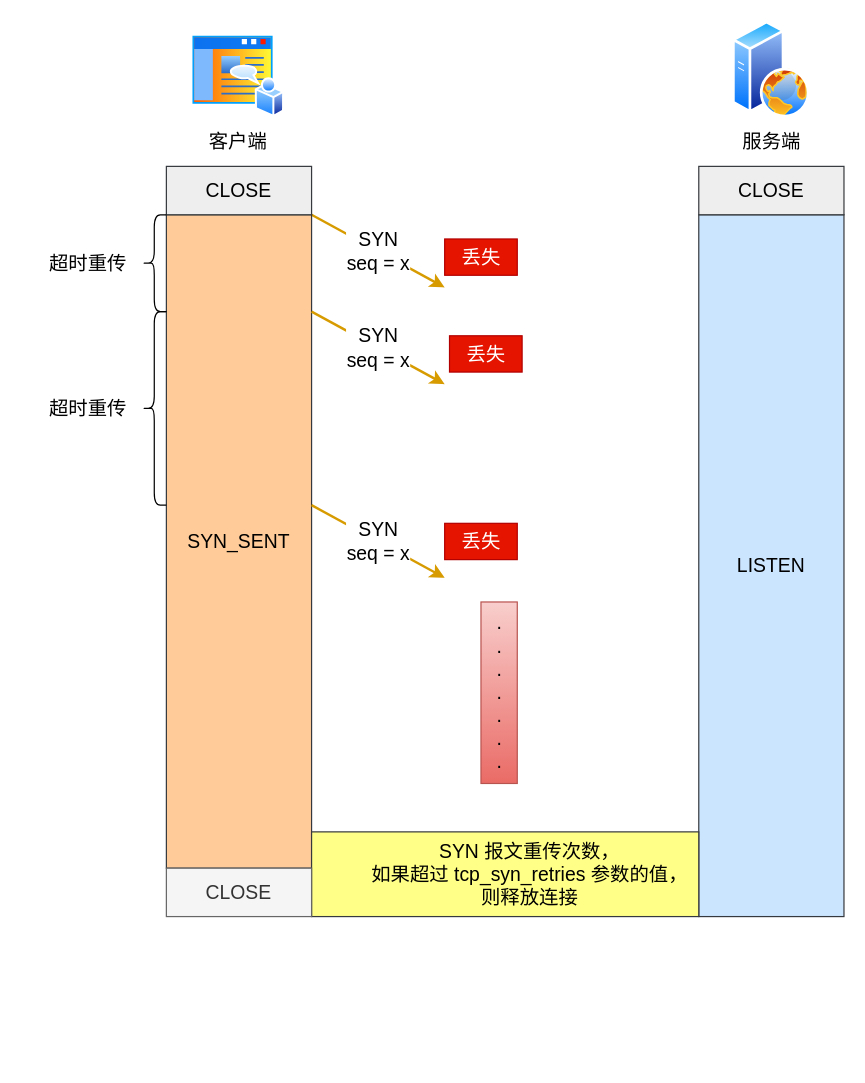
This is 网络/第一次握手丢失.drawio from xiaolincoder/ImageHost4, a draw.io file, before an edit. Source tidied: cells renumbered, new cells numbered last; positions are measured from the earlier drawing's top-left corner, leaving out a move shared by most shapes. Both pictures are drawn from the tidied source at 121%, with x=0, y=0 at pixel (33, 21).
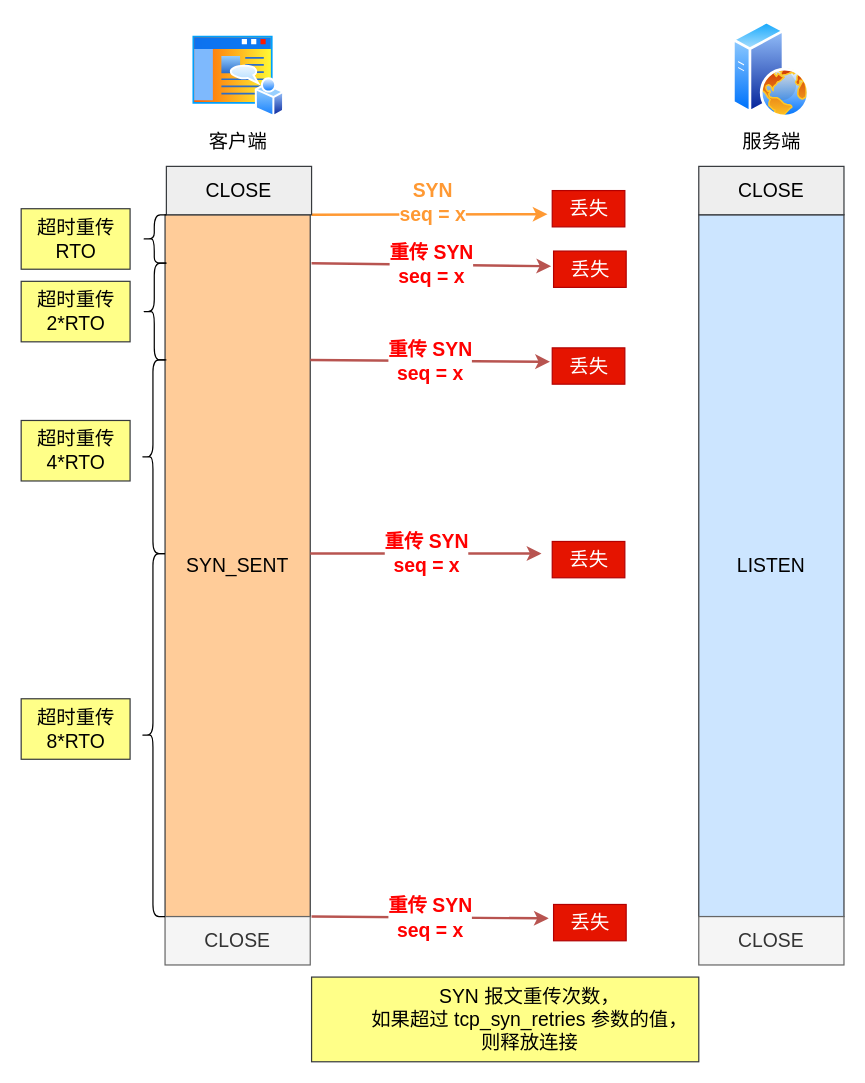
After the change.

Commit message (it also covers changes not shown here):
更新第一次握手丢失.drawio

The change refers to these unchanged cells:
```xml
<mxCell id="4" value="CLOSE" style="rounded=0;whiteSpace=wrap;html=1;fontSize=16;fillColor=#eeeeee;strokeColor=#36393d;" parent="1" vertex="1">
  <mxGeometry x="110" y="120" width="120" height="40" as="geometry" />
</mxCell>
```

What changed in the source:
```diff
@@
-    <mxCell id="2" value="SYN&lt;br&gt;seq = x" style="rounded=0;jettySize=auto;html=1;fontSize=16;exitX=1;exitY=0;exitDx=0;exitDy=0;fillColor=#ffcd28;gradientColor=#ffa500;strokeColor=#d79b00;strokeWidth=2;" parent="1" edge="1" source="3">
-      <mxGeometry relative="1" as="geometry">
-        <mxPoint x="340" y="220" as="targetPoint" />
-      </mxGeometry>
+    <mxCell id="2" value="&lt;font color=&quot;#ff9933&quot;&gt;&lt;b&gt;SYN&lt;br&gt;seq = x&lt;/b&gt;&lt;/font&gt;" style="rounded=0;jettySize=auto;html=1;fontSize=16;exitX=1;exitY=1;exitDx=0;exitDy=0;fillColor=#ffcd28;gradientColor=#ffa500;strokeColor=#FF9933;strokeWidth=2;entryX=-0.065;entryY=0.65;entryDx=0;entryDy=0;entryPerimeter=0;" parent="1" edge="1" source="4" target="17">
+      <mxGeometry x="0.03" y="10" relative="1" as="geometry" />
     </mxCell>
     <mxCell id="3" value="SYN_SENT" style="rounded=0;whiteSpace=wrap;html=1;fontSize=16;fillColor=#ffcc99;strokeColor=#36393d;" parent="1" vertex="1">
-      <mxGeometry x="110" y="160" width="120" height="540" as="geometry" />
+      <mxGeometry x="108.9" y="160" width="120" height="580" as="geometry" />
     </mxCell>
@@
-    <mxCell id="7" value="丢失" style="text;html=1;align=center;verticalAlign=middle;strokeColor=#B20000;fillColor=#e51400;fontSize=16;fontColor=#ffffff;" parent="1" vertex="1">
-      <mxGeometry x="340" y="180" width="60" height="30" as="geometry" />
-    </mxCell>
     <mxCell id="8" style="shape=curlyBracket;whiteSpace=wrap;html=1;rounded=1;fontSize=16;" parent="1" vertex="1">
-      <mxGeometry x="90" y="160" width="20" height="80" as="geometry" />
+      <mxGeometry x="90" y="160" width="20" height="40" as="geometry" />
     </mxCell>
-    <mxCell id="9" value="超时重传" style="text;html=1;align=center;verticalAlign=middle;strokeColor=none;fillColor=none;fontSize=16;" parent="1" vertex="1">
-      <mxGeometry y="185" width="90" height="30" as="geometry" />
+    <mxCell id="9" value="超时重传 &lt;br&gt;RTO" style="text;html=1;align=center;verticalAlign=middle;strokeColor=#36393d;fillColor=#ffff88;fontSize=16;" parent="1" vertex="1">
+      <mxGeometry x="-10" y="155" width="90" height="50" as="geometry" />
     </mxCell>
-    <mxCell id="10" value="SYN&lt;br&gt;seq = x" style="rounded=0;orthogonalLoop=1;jettySize=auto;html=1;fontSize=16;exitX=1;exitY=0;exitDx=0;exitDy=0;fillColor=#ffcd28;strokeColor=#d79b00;gradientColor=#ffa500;strokeWidth=2;" parent="1" edge="1">
+    <mxCell id="10" value="&lt;font color=&quot;#ff0000&quot;&gt;&lt;b&gt;重传 SYN&lt;br&gt;seq = x&lt;/b&gt;&lt;/font&gt;" style="rounded=0;jettySize=auto;html=1;fontSize=16;fillColor=#f8cecc;strokeColor=#b85450;gradientColor=#ea6b66;strokeWidth=2;entryX=-0.033;entryY=0.417;entryDx=0;entryDy=0;entryPerimeter=0;" parent="1" edge="1" target="18">
       <mxGeometry relative="1" as="geometry">
-        <mxPoint x="230" y="240" as="sourcePoint" />
-        <mxPoint x="340" y="300" as="targetPoint" />
+        <mxPoint x="230" y="200" as="sourcePoint" />
       </mxGeometry>
     </mxCell>
     <mxCell id="11" style="shape=curlyBracket;whiteSpace=wrap;html=1;rounded=1;fontSize=16;" parent="1" vertex="1">
-      <mxGeometry x="90" y="240" width="20" height="160" as="geometry" />
+      <mxGeometry x="90" y="200" width="20" height="80" as="geometry" />
     </mxCell>
-    <mxCell id="12" value="超时重传" style="text;html=1;align=center;verticalAlign=middle;strokeColor=none;fillColor=none;fontSize=16;" parent="1" vertex="1">
-      <mxGeometry y="305" width="90" height="30" as="geometry" />
+    <mxCell id="12" value="超时重传&lt;br&gt;2*RTO" style="text;html=1;align=center;verticalAlign=middle;strokeColor=#36393d;fillColor=#ffff88;fontSize=16;" parent="1" vertex="1">
+      <mxGeometry x="-10" y="215" width="90" height="50" as="geometry" />
     </mxCell>
-    <mxCell id="13" value="SYN&lt;br&gt;seq = x" style="rounded=0;orthogonalLoop=1;jettySize=auto;html=1;fontSize=16;exitX=1;exitY=0;exitDx=0;exitDy=0;fillColor=#ffcd28;gradientColor=#ffa500;strokeColor=#d79b00;strokeWidth=2;" parent="1" edge="1">
-      <mxGeometry relative="1" as="geometry">
-        <mxPoint x="230" y="400" as="sourcePoint" />
-        <mxPoint x="340" y="460" as="targetPoint" />
-      </mxGeometry>
-    </mxCell>
     <mxCell id="14" value="&lt;blockquote style=&quot;margin: 0 0 0 40px; border: none; padding: 0px;&quot;&gt;SYN 报文重传次数，&lt;/blockquote&gt;&lt;blockquote style=&quot;margin: 0 0 0 40px; border: none; padding: 0px;&quot;&gt;&lt;span style=&quot;background-color: initial;&quot;&gt;如果超过 tcp_syn_retries 参数的值，&lt;/span&gt;&lt;/blockquote&gt;&lt;blockquote style=&quot;margin: 0 0 0 40px; border: none; padding: 0px;&quot;&gt;则释放连接&lt;/blockquote&gt;" style="text;html=1;align=center;verticalAlign=middle;strokeColor=#36393d;fillColor=#ffff88;fontSize=16;" parent="1" vertex="1">
-      <mxGeometry x="230" y="670" width="320" height="70" as="geometry" />
+      <mxGeometry x="230" y="790" width="320" height="70" as="geometry" />
     </mxCell>
-    <mxCell id="15" value=".&lt;br&gt;.&lt;br&gt;.&lt;br&gt;.&lt;br&gt;.&lt;br&gt;.&lt;br&gt;.&lt;br&gt;" style="text;html=1;align=center;verticalAlign=middle;strokeColor=#b85450;fillColor=#f8cecc;fontSize=16;gradientColor=#ea6b66;" parent="1" vertex="1">
-      <mxGeometry x="370" y="480" width="30" height="150" as="geometry" />
-    </mxCell>
     <mxCell id="16" value="CLOSE" style="rounded=0;whiteSpace=wrap;html=1;fontSize=16;fillColor=#f5f5f5;fontColor=#333333;strokeColor=#666666;" parent="1" vertex="1">
-      <mxGeometry x="110" y="700" width="120" height="40" as="geometry" />
+      <mxGeometry x="108.9" y="740" width="120" height="40" as="geometry" />
     </mxCell>
     <mxCell id="17" value="丢失" style="text;html=1;align=center;verticalAlign=middle;points=[];strokeColor=#B20000;fillColor=#e51400;fontSize=16;fontColor=#ffffff;" parent="1" vertex="1">
-      <mxGeometry x="344" y="260" width="60" height="30" as="geometry" />
+      <mxGeometry x="428.9" y="140" width="60" height="30" as="geometry" />
     </mxCell>
     <mxCell id="18" value="丢失" style="text;html=1;align=center;verticalAlign=middle;points=[];strokeColor=#B20000;fillColor=#e51400;fontSize=16;fontColor=#ffffff;" parent="1" vertex="1">
-      <mxGeometry x="340" y="415" width="60" height="30" as="geometry" />
+      <mxGeometry x="430" y="190" width="60" height="30" as="geometry" />
     </mxCell>
@@
+    <mxCell id="21" value="&lt;b style=&quot;color: rgb(255, 0, 0);&quot;&gt;重传&amp;nbsp;&lt;/b&gt;&lt;font color=&quot;#ff0000&quot;&gt;&lt;b&gt;SYN&lt;br&gt;seq = x&lt;/b&gt;&lt;/font&gt;" style="rounded=0;jettySize=auto;html=1;fontSize=16;fillColor=#f8cecc;strokeColor=#b85450;gradientColor=#ea6b66;strokeWidth=2;entryX=-0.031;entryY=0.383;entryDx=0;entryDy=0;entryPerimeter=0;" parent="1" edge="1" target="22">
+      <mxGeometry relative="1" as="geometry">
+        <mxPoint x="228.9" y="280" as="sourcePoint" />
+      </mxGeometry>
+    </mxCell>
+    <mxCell id="22" value="丢失" style="text;html=1;align=center;verticalAlign=middle;points=[];strokeColor=#B20000;fillColor=#e51400;fontSize=16;fontColor=#ffffff;" parent="1" vertex="1">
+      <mxGeometry x="428.9" y="270" width="60" height="30" as="geometry" />
+    </mxCell>
+    <mxCell id="23" style="shape=curlyBracket;whiteSpace=wrap;html=1;rounded=1;fontSize=16;" parent="1" vertex="1">
+      <mxGeometry x="88.9" y="280" width="20" height="160" as="geometry" />
+    </mxCell>
+    <mxCell id="24" value="&lt;b style=&quot;color: rgb(255, 0, 0);&quot;&gt;重传&amp;nbsp;&lt;/b&gt;&lt;font color=&quot;#ff0000&quot;&gt;&lt;b&gt;SYN&lt;br&gt;seq = x&lt;/b&gt;&lt;/font&gt;" style="rounded=0;orthogonalLoop=1;jettySize=auto;html=1;fontSize=16;fillColor=#f8cecc;strokeColor=#b85450;gradientColor=#ea6b66;strokeWidth=2;" parent="1" edge="1">
+      <mxGeometry relative="1" as="geometry">
+        <mxPoint x="228.9" y="440" as="sourcePoint" />
+        <mxPoint x="420" y="440" as="targetPoint" />
+      </mxGeometry>
+    </mxCell>
+    <mxCell id="25" value="丢失" style="text;html=1;align=center;verticalAlign=middle;strokeColor=#B20000;fillColor=#e51400;fontSize=16;fontColor=#ffffff;" parent="1" vertex="1">
+      <mxGeometry x="428.9" y="430" width="60" height="30" as="geometry" />
+    </mxCell>
+    <mxCell id="26" style="shape=curlyBracket;whiteSpace=wrap;html=1;rounded=1;fontSize=16;" parent="1" vertex="1">
+      <mxGeometry x="88.9" y="440" width="20" height="300" as="geometry" />
+    </mxCell>
+    <mxCell id="27" value="&lt;b style=&quot;color: rgb(255, 0, 0);&quot;&gt;重传&amp;nbsp;&lt;/b&gt;&lt;font color=&quot;#ff0000&quot;&gt;&lt;b&gt;SYN&lt;br&gt;seq = x&lt;/b&gt;&lt;/font&gt;" style="rounded=0;jettySize=auto;html=1;fontSize=16;fillColor=#f8cecc;strokeColor=#b85450;gradientColor=#ea6b66;strokeWidth=2;entryX=-0.067;entryY=0.383;entryDx=0;entryDy=0;entryPerimeter=0;" parent="1" edge="1" target="28">
+      <mxGeometry relative="1" as="geometry">
+        <mxPoint x="230" y="740" as="sourcePoint" />
+      </mxGeometry>
+    </mxCell>
+    <mxCell id="28" value="丢失" style="text;html=1;align=center;verticalAlign=middle;points=[];strokeColor=#B20000;fillColor=#e51400;fontSize=16;fontColor=#ffffff;" parent="1" vertex="1">
+      <mxGeometry x="430" y="730" width="60" height="30" as="geometry" />
+    </mxCell>
+    <mxCell id="29" value="CLOSE" style="rounded=0;whiteSpace=wrap;html=1;fontSize=16;fillColor=#f5f5f5;fontColor=#333333;strokeColor=#666666;" parent="1" vertex="1">
+      <mxGeometry x="550" y="740" width="120" height="40" as="geometry" />
+    </mxCell>
+    <mxCell id="30" value="超时重传&lt;br&gt;4*RTO" style="text;html=1;align=center;verticalAlign=middle;strokeColor=#36393d;fillColor=#ffff88;fontSize=16;" parent="1" vertex="1">
+      <mxGeometry x="-10" y="330" width="90" height="50" as="geometry" />
+    </mxCell>
+    <mxCell id="31" value="超时重传&lt;br&gt;8*RTO" style="text;html=1;align=center;verticalAlign=middle;strokeColor=#36393d;fillColor=#ffff88;fontSize=16;" parent="1" vertex="1">
+      <mxGeometry x="-10" y="560" width="90" height="50" as="geometry" />
+    </mxCell>
```
